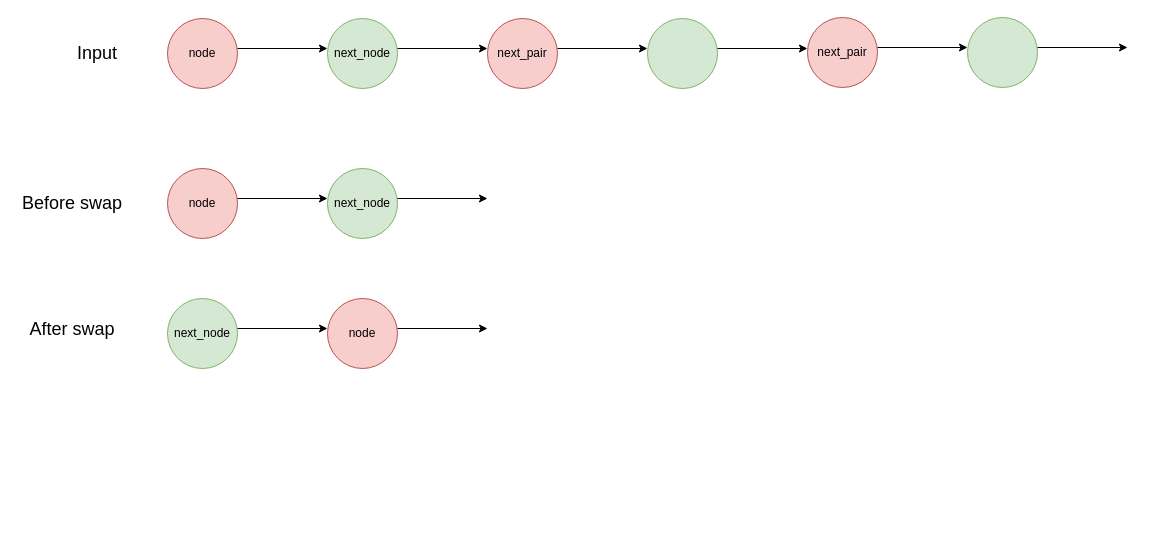
brianchiang-tw/leetcode keeps this draw.io diagram as Swap nodes in pairs.drawio. Above is the earlier version. Source tidied: cells renumbered, new cells numbered last; positions are measured from the earlier drawing's top-left corner, leaving out a move shared by most shapes. Both pictures are drawn from the tidied source at 100%, with x=0, y=0 at pixel (17, 17).
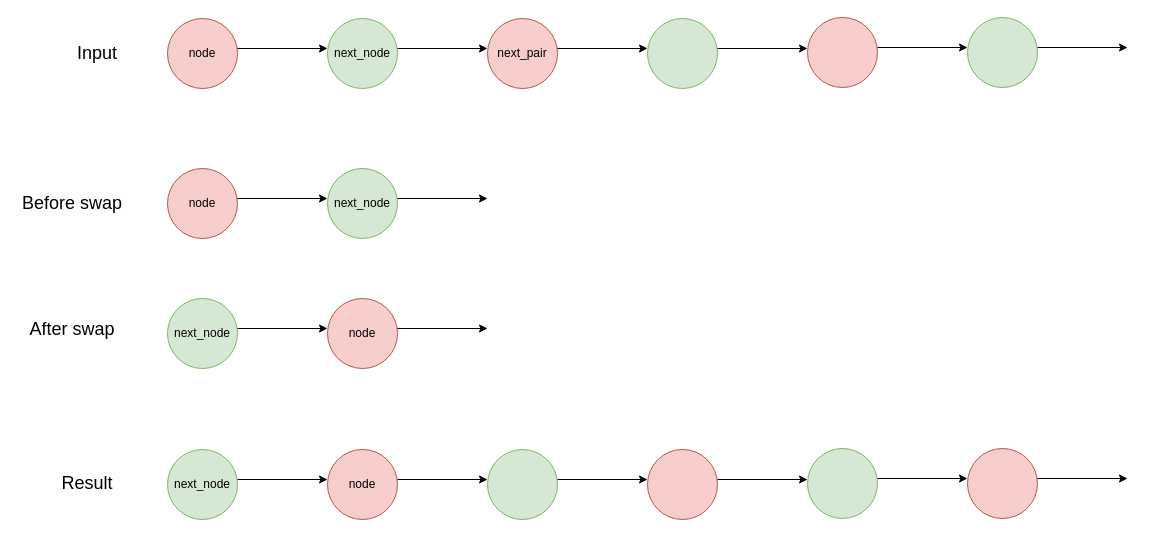
The same page after the edit.

Diff of the diagram source:
```diff
@@
-    <mxCell id="21" value="next_pair" style="ellipse;whiteSpace=wrap;html=1;fillColor=#f8cecc;strokeColor=#b85450;" parent="1" vertex="1">
+    <mxCell id="21" style="ellipse;whiteSpace=wrap;html=1;fillColor=#f8cecc;strokeColor=#b85450;" parent="1" vertex="1">
       <mxGeometry x="790" width="70" height="70" as="geometry" />
     </mxCell>
@@
+    <mxCell id="25" value="next_node" style="ellipse;whiteSpace=wrap;html=1;fillColor=#d5e8d4;strokeColor=#82b366;" parent="1" vertex="1">
+      <mxGeometry x="150" y="432" width="70" height="70" as="geometry" />
+    </mxCell>
+    <mxCell id="26" value="node" style="ellipse;whiteSpace=wrap;html=1;fillColor=#f8cecc;strokeColor=#b85450;" parent="1" vertex="1">
+      <mxGeometry x="310" y="432" width="70" height="70" as="geometry" />
+    </mxCell>
+    <mxCell id="27" style="ellipse;whiteSpace=wrap;html=1;fillColor=#d5e8d4;strokeColor=#82b366;" parent="1" vertex="1">
+      <mxGeometry x="470" y="432" width="70" height="70" as="geometry" />
+    </mxCell>
+    <mxCell id="28" style="ellipse;whiteSpace=wrap;html=1;fillColor=#f8cecc;strokeColor=#b85450;" parent="1" vertex="1">
+      <mxGeometry x="630" y="432" width="70" height="70" as="geometry" />
+    </mxCell>
+    <mxCell id="29" style="endArrow=classic;html=1;rounded=0;" parent="1" edge="1">
+      <mxGeometry relative="1" as="geometry">
+        <mxPoint x="220" y="462" as="sourcePoint" />
+        <mxPoint x="310" y="462" as="targetPoint" />
+      </mxGeometry>
+    </mxCell>
+    <mxCell id="30" style="endArrow=classic;html=1;rounded=0;" parent="1" edge="1">
+      <mxGeometry relative="1" as="geometry">
+        <mxPoint x="380" y="462" as="sourcePoint" />
+        <mxPoint x="470" y="462" as="targetPoint" />
+      </mxGeometry>
+    </mxCell>
+    <mxCell id="31" style="endArrow=classic;html=1;rounded=0;" parent="1" edge="1">
+      <mxGeometry relative="1" as="geometry">
+        <mxPoint x="540" y="462" as="sourcePoint" />
+        <mxPoint x="630" y="462" as="targetPoint" />
+      </mxGeometry>
+    </mxCell>
+    <mxCell id="32" style="endArrow=classic;html=1;rounded=0;" parent="1" edge="1">
+      <mxGeometry relative="1" as="geometry">
+        <mxPoint x="700" y="462" as="sourcePoint" />
+        <mxPoint x="790" y="462" as="targetPoint" />
+      </mxGeometry>
+    </mxCell>
+    <mxCell id="33" style="ellipse;whiteSpace=wrap;html=1;fillColor=#d5e8d4;strokeColor=#82b366;" parent="1" vertex="1">
+      <mxGeometry x="790" y="431" width="70" height="70" as="geometry" />
+    </mxCell>
+    <mxCell id="34" style="ellipse;whiteSpace=wrap;html=1;fillColor=#f8cecc;strokeColor=#b85450;" parent="1" vertex="1">
+      <mxGeometry x="950" y="431" width="70" height="70" as="geometry" />
+    </mxCell>
+    <mxCell id="35" style="endArrow=classic;html=1;rounded=0;" parent="1" edge="1">
+      <mxGeometry relative="1" as="geometry">
+        <mxPoint x="860" y="461" as="sourcePoint" />
+        <mxPoint x="950" y="461" as="targetPoint" />
+      </mxGeometry>
+    </mxCell>
+    <mxCell id="36" style="endArrow=classic;html=1;rounded=0;" parent="1" edge="1">
+      <mxGeometry relative="1" as="geometry">
+        <mxPoint x="1020" y="461" as="sourcePoint" />
+        <mxPoint x="1110" y="461" as="targetPoint" />
+      </mxGeometry>
+    </mxCell>
+    <mxCell id="37" value="&lt;font style=&quot;font-size: 18px;&quot;&gt;Result&lt;/font&gt;" style="text;html=1;strokeColor=none;fillColor=none;align=center;verticalAlign=middle;whiteSpace=wrap;rounded=0;" parent="1" vertex="1">
+      <mxGeometry x="40" y="451" width="60" height="30" as="geometry" />
+    </mxCell>
```
